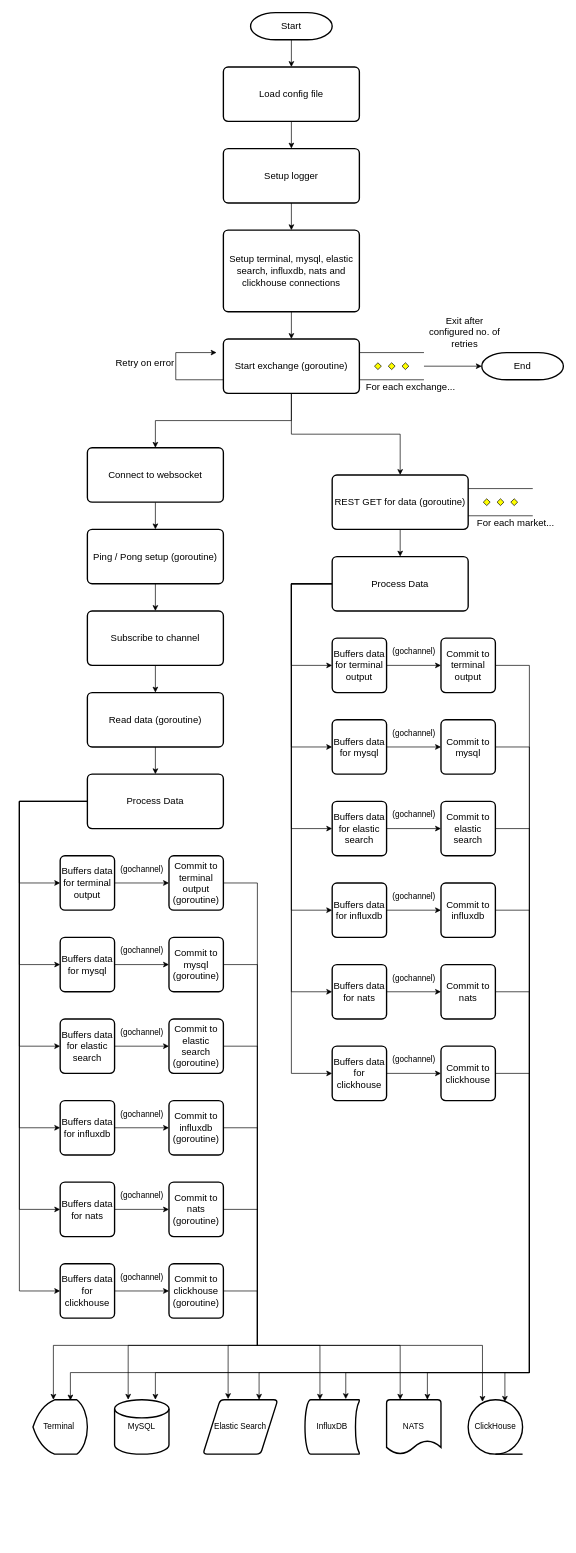
ismakov-dh/cryptogalaxy keeps this draw.io diagram as docs/architecture.drawio. Above is the earlier version. Source tidied: cells renumbered, new cells numbered last; positions are measured from the earlier drawing's top-left corner, leaving out a move shared by most shapes. Both pictures are drawn from the tidied source at 68%, with x=0, y=0 at pixel (19, 12).
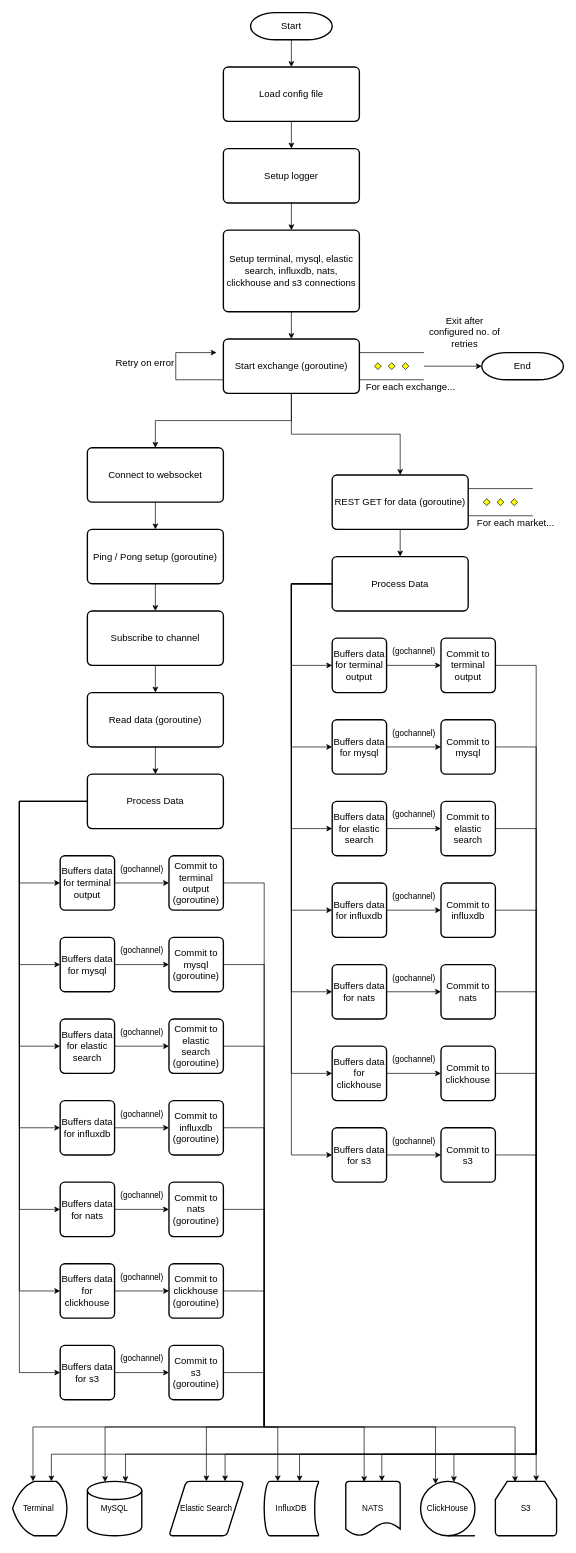
After the change.

Unchanged cells that the change refers to:
```xml
<mxCell id="31" value="&lt;font style=&quot;font-size: 14px&quot;&gt;Process Data&lt;/font&gt;" style="rounded=1;whiteSpace=wrap;html=1;absoluteArcSize=1;arcSize=14;strokeWidth=2;" parent="1" vertex="1">
  <mxGeometry x="100" y="1120" width="200" height="80" as="geometry" />
</mxCell>
<mxCell id="46" value="&lt;font style=&quot;font-size: 14px&quot;&gt;Process Data&lt;/font&gt;" style="rounded=1;whiteSpace=wrap;html=1;absoluteArcSize=1;arcSize=14;strokeWidth=2;" parent="1" vertex="1">
  <mxGeometry x="460" y="800" width="200" height="80" as="geometry" />
</mxCell>
<mxCell id="60" value="&lt;font style=&quot;font-size: 14px&quot;&gt;Commit to terminal output (goroutine)&lt;/font&gt;" style="rounded=1;whiteSpace=wrap;html=1;absoluteArcSize=1;arcSize=14;strokeWidth=2;" parent="1" vertex="1">
  <mxGeometry x="220" y="1240" width="80" height="80" as="geometry" />
</mxCell>
<mxCell id="62" value="&lt;font style=&quot;font-size: 14px&quot;&gt;Commit to mysql (goroutine)&lt;/font&gt;" style="rounded=1;whiteSpace=wrap;html=1;absoluteArcSize=1;arcSize=14;strokeWidth=2;" parent="1" vertex="1">
  <mxGeometry x="220" y="1360" width="80" height="80" as="geometry" />
</mxCell>
<mxCell id="64" value="&lt;font style=&quot;font-size: 14px&quot;&gt;Commit to elastic search (goroutine)&lt;/font&gt;" style="rounded=1;whiteSpace=wrap;html=1;absoluteArcSize=1;arcSize=14;strokeWidth=2;" parent="1" vertex="1">
  <mxGeometry x="220" y="1480" width="80" height="80" as="geometry" />
</mxCell>
<mxCell id="66" value="&lt;font style=&quot;font-size: 14px&quot;&gt;Commit to terminal output&lt;/font&gt;" style="rounded=1;whiteSpace=wrap;html=1;absoluteArcSize=1;arcSize=14;strokeWidth=2;" parent="1" vertex="1">
  <mxGeometry x="620" y="920" width="80" height="80" as="geometry" />
</mxCell>
<mxCell id="68" value="&lt;font style=&quot;font-size: 14px&quot;&gt;Commit to mysql&lt;/font&gt;" style="rounded=1;whiteSpace=wrap;html=1;absoluteArcSize=1;arcSize=14;strokeWidth=2;" parent="1" vertex="1">
  <mxGeometry x="620" y="1040" width="80" height="80" as="geometry" />
</mxCell>
<mxCell id="70" value="&lt;font style=&quot;font-size: 14px&quot;&gt;Commit to elastic search&lt;/font&gt;" style="rounded=1;whiteSpace=wrap;html=1;absoluteArcSize=1;arcSize=14;strokeWidth=2;" parent="1" vertex="1">
  <mxGeometry x="620" y="1160" width="80" height="80" as="geometry" />
</mxCell>
<mxCell id="79" value="&lt;font style=&quot;font-size: 14px&quot;&gt;Commit to influxdb (goroutine)&lt;/font&gt;" style="rounded=1;whiteSpace=wrap;html=1;absoluteArcSize=1;arcSize=14;strokeWidth=2;" parent="1" vertex="1">
  <mxGeometry x="220" y="1600" width="80" height="80" as="geometry" />
</mxCell>
<mxCell id="83" value="&lt;font style=&quot;font-size: 14px&quot;&gt;Commit to influxdb&lt;/font&gt;" style="rounded=1;whiteSpace=wrap;html=1;absoluteArcSize=1;arcSize=14;strokeWidth=2;" parent="1" vertex="1">
  <mxGeometry x="620" y="1280" width="80" height="80" as="geometry" />
</mxCell>
<mxCell id="87" value="&lt;font style=&quot;font-size: 14px&quot;&gt;Commit to nats (goroutine)&lt;/font&gt;" style="rounded=1;whiteSpace=wrap;html=1;absoluteArcSize=1;arcSize=14;strokeWidth=2;" parent="1" vertex="1">
  <mxGeometry x="220" y="1720" width="80" height="80" as="geometry" />
</mxCell>
<mxCell id="91" value="&lt;font style=&quot;font-size: 14px&quot;&gt;Commit to nats&lt;/font&gt;" style="rounded=1;whiteSpace=wrap;html=1;absoluteArcSize=1;arcSize=14;strokeWidth=2;" parent="1" vertex="1">
  <mxGeometry x="620" y="1400" width="80" height="80" as="geometry" />
</mxCell>
<mxCell id="107" value="&lt;font style=&quot;font-size: 14px&quot;&gt;Commit to clickhouse (goroutine)&lt;/font&gt;" style="rounded=1;whiteSpace=wrap;html=1;absoluteArcSize=1;arcSize=14;strokeWidth=2;" parent="1" vertex="1">
  <mxGeometry x="220" y="1840" width="80" height="80" as="geometry" />
</mxCell>
<mxCell id="112" value="&lt;font style=&quot;font-size: 14px&quot;&gt;Commit to clickhouse&lt;/font&gt;" style="rounded=1;whiteSpace=wrap;html=1;absoluteArcSize=1;arcSize=14;strokeWidth=2;" parent="1" vertex="1">
  <mxGeometry x="620" y="1520" width="80" height="80" as="geometry" />
</mxCell>
```

Diff of the diagram source:
```diff
@@
-    <mxCell id="10" value="&lt;font style=&quot;font-size: 14px&quot;&gt;Setup terminal, mysql, elastic search, influxdb, nats and clickhouse connections&lt;/font&gt;" style="rounded=1;whiteSpace=wrap;html=1;absoluteArcSize=1;arcSize=14;strokeWidth=2;" parent="1" vertex="1">
+    <mxCell id="10" value="&lt;font style=&quot;font-size: 14px&quot;&gt;Setup terminal, mysql, elastic search, influxdb, nats, clickhouse and s3 connections&lt;/font&gt;" style="rounded=1;whiteSpace=wrap;html=1;absoluteArcSize=1;arcSize=14;strokeWidth=2;" parent="1" vertex="1">
       <mxGeometry x="300" y="320" width="200" height="120" as="geometry" />
     </mxCell>
@@
+    <mxCell id="114" style="edgeStyle=orthogonalEdgeStyle;rounded=0;jettySize=auto;html=1;entryX=0;entryY=0.5;entryDx=0;entryDy=0;" parent="1" edge="1" source="31" target="118">
+      <mxGeometry relative="1" as="geometry">
+        <Array as="points">
+          <mxPoint y="1160" />
+          <mxPoint y="2000" />
+        </Array>
+      </mxGeometry>
+    </mxCell>
@@
+    <mxCell id="115" style="edgeStyle=orthogonalEdgeStyle;rounded=0;jettySize=auto;html=1;entryX=0;entryY=0.5;entryDx=0;entryDy=0;" parent="1" edge="1" source="46" target="123">
+      <mxGeometry relative="1" as="geometry">
+        <Array as="points">
+          <mxPoint x="400" y="840" />
+          <mxPoint x="400" y="1680" />
+        </Array>
+      </mxGeometry>
+    </mxCell>
@@
-    <mxCell id="59" style="edgeStyle=orthogonalEdgeStyle;rounded=0;jettySize=auto;html=1;exitX=1;exitY=0.5;exitDx=0;exitDy=0;entryX=0.375;entryY=0;entryDx=0;entryDy=0;entryPerimeter=0;" parent="1" edge="1" source="60" target="71">
+    <mxCell id="59" style="edgeStyle=orthogonalEdgeStyle;rounded=0;jettySize=auto;html=1;entryX=0.375;entryY=0;entryDx=0;entryDy=0;entryPerimeter=0;" parent="1" edge="1" source="60" target="71">
       <mxGeometry relative="1" as="geometry">
         <Array as="points">
-          <mxPoint x="350" y="1280" />
-          <mxPoint x="350" y="1960" />
-          <mxPoint x="50" y="1960" />
+          <mxPoint x="360" y="1280" />
+          <mxPoint x="360" y="2080" />
+          <mxPoint x="20" y="2080" />
         </Array>
       </mxGeometry>
     </mxCell>
@@
-    <mxCell id="61" style="edgeStyle=orthogonalEdgeStyle;rounded=0;jettySize=auto;html=1;entryX=0.25;entryY=0;entryDx=0;entryDy=0;entryPerimeter=0;" parent="1" edge="1" source="62" target="72">
+    <mxCell id="61" style="edgeStyle=orthogonalEdgeStyle;rounded=0;jettySize=auto;html=1;entryX=0.325;entryY=0.013;entryDx=0;entryDy=0;entryPerimeter=0;" parent="1" edge="1" source="62" target="72">
       <mxGeometry relative="1" as="geometry">
         <Array as="points">
-          <mxPoint x="350" y="1400" />
-          <mxPoint x="350" y="1960" />
-          <mxPoint x="160" y="1960" />
+          <mxPoint x="360" y="1400" />
+          <mxPoint x="360" y="2080" />
+          <mxPoint x="126" y="2080" />
         </Array>
       </mxGeometry>
     </mxCell>
@@
-    <mxCell id="63" style="edgeStyle=orthogonalEdgeStyle;rounded=0;jettySize=auto;html=1;entryX=0.336;entryY=-0.012;entryDx=0;entryDy=0;entryPerimeter=0;" parent="1" edge="1" source="64" target="73">
+    <mxCell id="63" style="edgeStyle=orthogonalEdgeStyle;rounded=0;jettySize=auto;html=1;entryX=0.5;entryY=0;entryDx=0;entryDy=0;" parent="1" edge="1" source="64" target="73">
       <mxGeometry relative="1" as="geometry">
         <Array as="points">
-          <mxPoint x="350" y="1520" />
-          <mxPoint x="350" y="1960" />
-          <mxPoint x="307" y="1960" />
+          <mxPoint x="360" y="1520" />
+          <mxPoint x="360" y="2080" />
+          <mxPoint x="275" y="2080" />
         </Array>
       </mxGeometry>
     </mxCell>
@@
-    <mxCell id="65" style="edgeStyle=orthogonalEdgeStyle;rounded=0;jettySize=auto;html=1;entryX=0.688;entryY=0.013;entryDx=0;entryDy=0;entryPerimeter=0;" parent="1" edge="1" source="66" target="71">
+    <mxCell id="65" style="edgeStyle=orthogonalEdgeStyle;rounded=0;jettySize=auto;html=1;entryX=0.713;entryY=0;entryDx=0;entryDy=0;entryPerimeter=0;" parent="1" edge="1" source="66" target="71">
       <mxGeometry relative="1" as="geometry">
         <Array as="points">
-          <mxPoint x="750" y="960" />
-          <mxPoint x="750" y="2000" />
-          <mxPoint x="75" y="2000" />
+          <mxPoint x="760" y="960" />
+          <mxPoint x="760" y="2120" />
+          <mxPoint x="47" y="2120" />
         </Array>
       </mxGeometry>
     </mxCell>
@@
-    <mxCell id="67" style="edgeStyle=orthogonalEdgeStyle;rounded=0;jettySize=auto;html=1;exitX=1;exitY=0.5;exitDx=0;exitDy=0;entryX=0.75;entryY=0;entryDx=0;entryDy=0;entryPerimeter=0;" parent="1" edge="1" source="68" target="72">
+    <mxCell id="67" style="edgeStyle=orthogonalEdgeStyle;rounded=0;jettySize=auto;html=1;entryX=0.7;entryY=0.013;entryDx=0;entryDy=0;entryPerimeter=0;" parent="1" edge="1" source="68" target="72">
       <mxGeometry relative="1" as="geometry">
         <Array as="points">
-          <mxPoint x="750" y="1080" />
-          <mxPoint x="750" y="2000" />
-          <mxPoint x="200" y="2000" />
+          <mxPoint x="760" y="1080" />
+          <mxPoint x="760" y="2120" />
+          <mxPoint x="156" y="2120" />
         </Array>
       </mxGeometry>
     </mxCell>
@@
-    <mxCell id="69" style="edgeStyle=orthogonalEdgeStyle;rounded=0;jettySize=auto;html=1;exitX=1;exitY=0.5;exitDx=0;exitDy=0;entryX=0.75;entryY=0;entryDx=0;entryDy=0;" parent="1" edge="1" source="70" target="73">
+    <mxCell id="69" style="edgeStyle=orthogonalEdgeStyle;rounded=0;jettySize=auto;html=1;entryX=0.75;entryY=0;entryDx=0;entryDy=0;" parent="1" edge="1" source="70" target="73">
       <mxGeometry relative="1" as="geometry">
         <Array as="points">
-          <mxPoint x="750" y="1200" />
-          <mxPoint x="750" y="2000" />
-          <mxPoint x="353" y="2000" />
+          <mxPoint x="760" y="1200" />
+          <mxPoint x="760" y="2120" />
+          <mxPoint x="303" y="2120" />
         </Array>
       </mxGeometry>
     </mxCell>
@@
     <mxCell id="71" value="Terminal&amp;nbsp;" style="strokeWidth=2;html=1;shape=mxgraph.flowchart.display;whiteSpace=wrap;" parent="1" vertex="1">
-      <mxGeometry x="20" y="2040" width="80" height="80" as="geometry" />
+      <mxGeometry x="-10" y="2160" width="80" height="80" as="geometry" />
     </mxCell>
     <mxCell id="72" value="MySQL" style="strokeWidth=2;html=1;shape=mxgraph.flowchart.database;whiteSpace=wrap;" parent="1" vertex="1">
-      <mxGeometry x="140" y="2040" width="80" height="80" as="geometry" />
+      <mxGeometry x="100" y="2160" width="80" height="80" as="geometry" />
     </mxCell>
     <mxCell id="73" value="Elastic Search" style="shape=parallelogram;html=1;strokeWidth=2;perimeter=parallelogramPerimeter;whiteSpace=wrap;rounded=1;arcSize=12;size=0.23;" parent="1" vertex="1">
-      <mxGeometry x="270" y="2040" width="110" height="80" as="geometry" />
+      <mxGeometry x="220" y="2160" width="110" height="80" as="geometry" />
     </mxCell>
@@
     <mxCell id="75" value="InfluxDB" style="strokeWidth=2;html=1;shape=mxgraph.flowchart.stored_data;whiteSpace=wrap;" parent="1" vertex="1">
-      <mxGeometry x="420" y="2040" width="80" height="80" as="geometry" />
+      <mxGeometry x="360" y="2160" width="80" height="80" as="geometry" />
     </mxCell>
@@
-    <mxCell id="78" style="edgeStyle=orthogonalEdgeStyle;rounded=0;jettySize=auto;html=1;entryX=0.275;entryY=0;entryDx=0;entryDy=0;entryPerimeter=0;" parent="1" edge="1" source="79" target="75">
+    <mxCell id="78" style="edgeStyle=orthogonalEdgeStyle;rounded=0;jettySize=auto;html=1;entryX=0.25;entryY=0;entryDx=0;entryDy=0;entryPerimeter=0;" parent="1" edge="1" source="79" target="75">
       <mxGeometry relative="1" as="geometry">
         <Array as="points">
-          <mxPoint x="350" y="1640" />
-          <mxPoint x="350" y="1960" />
-          <mxPoint x="442" y="1960" />
+          <mxPoint x="360" y="1640" />
+          <mxPoint x="360" y="2080" />
+          <mxPoint x="380" y="2080" />
         </Array>
       </mxGeometry>
     </mxCell>
@@
-    <mxCell id="82" style="edgeStyle=orthogonalEdgeStyle;rounded=0;jettySize=auto;html=1;entryX=0.75;entryY=-0.012;entryDx=0;entryDy=0;entryPerimeter=0;" parent="1" edge="1" source="83" target="75">
+    <mxCell id="82" style="edgeStyle=orthogonalEdgeStyle;rounded=0;jettySize=auto;html=1;entryX=0.65;entryY=0;entryDx=0;entryDy=0;entryPerimeter=0;" parent="1" edge="1" source="83" target="75">
       <mxGeometry relative="1" as="geometry">
         <Array as="points">
-          <mxPoint x="750" y="1320" />
-          <mxPoint x="750" y="2000" />
-          <mxPoint x="480" y="2000" />
+          <mxPoint x="760" y="1320" />
+          <mxPoint x="760" y="2120" />
+          <mxPoint x="412" y="2120" />
         </Array>
       </mxGeometry>
     </mxCell>
@@
-    <mxCell id="86" style="edgeStyle=orthogonalEdgeStyle;rounded=0;jettySize=auto;html=1;exitX=1;exitY=0.5;exitDx=0;exitDy=0;entryX=0.25;entryY=0;entryDx=0;entryDy=0;entryPerimeter=0;" parent="1" edge="1" source="87" target="92">
+    <mxCell id="86" style="edgeStyle=orthogonalEdgeStyle;rounded=0;jettySize=auto;html=1;entryX=0.338;entryY=0.013;entryDx=0;entryDy=0;entryPerimeter=0;" parent="1" edge="1" source="87" target="92">
       <mxGeometry relative="1" as="geometry">
         <Array as="points">
-          <mxPoint x="350" y="1760" />
-          <mxPoint x="350" y="1960" />
-          <mxPoint x="560" y="1960" />
+          <mxPoint x="360" y="1760" />
+          <mxPoint x="360" y="2080" />
+          <mxPoint x="507" y="2080" />
         </Array>
       </mxGeometry>
     </mxCell>
@@
-    <mxCell id="90" style="edgeStyle=orthogonalEdgeStyle;rounded=0;jettySize=auto;html=1;entryX=0.75;entryY=0;entryDx=0;entryDy=0;entryPerimeter=0;" parent="1" edge="1" source="91" target="92">
+    <mxCell id="90" style="edgeStyle=orthogonalEdgeStyle;rounded=0;jettySize=auto;html=1;entryX=0.663;entryY=0;entryDx=0;entryDy=0;entryPerimeter=0;" parent="1" edge="1" source="91" target="92">
       <mxGeometry relative="1" as="geometry">
         <Array as="points">
-          <mxPoint x="750" y="1440" />
-          <mxPoint x="750" y="2000" />
-          <mxPoint x="600" y="2000" />
+          <mxPoint x="760" y="1440" />
+          <mxPoint x="760" y="2120" />
+          <mxPoint x="533" y="2120" />
         </Array>
       </mxGeometry>
     </mxCell>
@@
     <mxCell id="92" value="NATS" style="strokeWidth=2;html=1;shape=mxgraph.flowchart.document2;whiteSpace=wrap;size=0.25;" parent="1" vertex="1">
-      <mxGeometry x="540" y="2040" width="80" height="80" as="geometry" />
+      <mxGeometry x="480" y="2160" width="80" height="80" as="geometry" />
     </mxCell>
@@
     <mxCell id="103" value="ClickHouse" style="strokeWidth=2;html=1;shape=mxgraph.flowchart.sequential_data;whiteSpace=wrap;" parent="1" vertex="1">
-      <mxGeometry x="660" y="2040" width="80" height="80" as="geometry" />
+      <mxGeometry x="590" y="2160" width="80" height="80" as="geometry" />
     </mxCell>
@@
-    <mxCell id="106" style="edgeStyle=orthogonalEdgeStyle;rounded=0;jettySize=auto;html=1;entryX=0.263;entryY=0.038;entryDx=0;entryDy=0;entryPerimeter=0;" parent="1" edge="1" source="107" target="103">
+    <mxCell id="106" style="edgeStyle=orthogonalEdgeStyle;rounded=0;jettySize=auto;html=1;entryX=0.275;entryY=0.05;entryDx=0;entryDy=0;entryPerimeter=0;" parent="1" edge="1" source="107" target="103">
       <mxGeometry relative="1" as="geometry">
         <Array as="points">
-          <mxPoint x="350" y="1880" />
-          <mxPoint x="350" y="1960" />
-          <mxPoint x="681" y="1960" />
+          <mxPoint x="360" y="1880" />
+          <mxPoint x="360" y="2080" />
+          <mxPoint x="612" y="2080" />
         </Array>
       </mxGeometry>
     </mxCell>
@@
-    <mxCell id="111" style="edgeStyle=orthogonalEdgeStyle;rounded=0;jettySize=auto;html=1;entryX=0.675;entryY=0.038;entryDx=0;entryDy=0;entryPerimeter=0;" parent="1" edge="1" source="112" target="103">
+    <mxCell id="111" style="edgeStyle=orthogonalEdgeStyle;rounded=0;jettySize=auto;html=1;entryX=0.613;entryY=0.013;entryDx=0;entryDy=0;entryPerimeter=0;" parent="1" edge="1" source="112" target="103">
       <mxGeometry relative="1" as="geometry">
         <Array as="points">
-          <mxPoint x="750" y="1560" />
-          <mxPoint x="750" y="2000" />
-          <mxPoint x="714" y="2000" />
+          <mxPoint x="760" y="1560" />
+          <mxPoint x="760" y="2120" />
+          <mxPoint x="639" y="2120" />
         </Array>
       </mxGeometry>
     </mxCell>
@@
+    <mxCell id="116" value="S3" style="strokeWidth=2;html=1;shape=mxgraph.flowchart.loop_limit;whiteSpace=wrap;" parent="1" vertex="1">
+      <mxGeometry x="700" y="2160" width="90" height="80" as="geometry" />
+    </mxCell>
+    <mxCell id="117" style="edgeStyle=orthogonalEdgeStyle;rounded=0;jettySize=auto;html=1;" parent="1" edge="1" source="118" target="120">
+      <mxGeometry relative="1" as="geometry" />
+    </mxCell>
+    <mxCell id="118" value="&lt;font style=&quot;font-size: 14px&quot;&gt;Buffers data for s3&lt;/font&gt;" style="rounded=1;whiteSpace=wrap;html=1;absoluteArcSize=1;arcSize=14;strokeWidth=2;" parent="1" vertex="1">
+      <mxGeometry x="60" y="1960" width="80" height="80" as="geometry" />
+    </mxCell>
+    <mxCell id="119" style="edgeStyle=orthogonalEdgeStyle;rounded=0;jettySize=auto;html=1;entryX=0.322;entryY=0.013;entryDx=0;entryDy=0;entryPerimeter=0;" parent="1" edge="1" source="120" target="116">
+      <mxGeometry relative="1" as="geometry">
+        <Array as="points">
+          <mxPoint x="360" y="2000" />
+          <mxPoint x="360" y="2080" />
+          <mxPoint x="729" y="2080" />
+        </Array>
+      </mxGeometry>
+    </mxCell>
+    <mxCell id="120" value="&lt;font style=&quot;font-size: 14px&quot;&gt;Commit to s3 (goroutine)&lt;/font&gt;" style="rounded=1;whiteSpace=wrap;html=1;absoluteArcSize=1;arcSize=14;strokeWidth=2;" parent="1" vertex="1">
+      <mxGeometry x="220" y="1960" width="80" height="80" as="geometry" />
+    </mxCell>
+    <mxCell id="121" value="(gochannel)" style="text;html=1;align=center;verticalAlign=middle;strokeColor=none;" parent="1" vertex="1">
+      <mxGeometry x="140" y="1970" width="80" height="20" as="geometry" />
+    </mxCell>
+    <mxCell id="122" style="edgeStyle=orthogonalEdgeStyle;rounded=0;jettySize=auto;html=1;" parent="1" edge="1" source="123" target="125">
+      <mxGeometry relative="1" as="geometry" />
+    </mxCell>
+    <mxCell id="123" value="&lt;font style=&quot;font-size: 14px&quot;&gt;Buffers data for s3&lt;/font&gt;" style="rounded=1;whiteSpace=wrap;html=1;absoluteArcSize=1;arcSize=14;strokeWidth=2;" parent="1" vertex="1">
+      <mxGeometry x="460" y="1640" width="80" height="80" as="geometry" />
+    </mxCell>
+    <mxCell id="124" style="edgeStyle=orthogonalEdgeStyle;rounded=0;jettySize=auto;html=1;entryX=0.667;entryY=0;entryDx=0;entryDy=0;entryPerimeter=0;" parent="1" edge="1" source="125" target="116">
+      <mxGeometry relative="1" as="geometry">
+        <Array as="points">
+          <mxPoint x="760" y="1680" />
+        </Array>
+      </mxGeometry>
+    </mxCell>
+    <mxCell id="125" value="&lt;font style=&quot;font-size: 14px&quot;&gt;Commit to s3&lt;/font&gt;" style="rounded=1;whiteSpace=wrap;html=1;absoluteArcSize=1;arcSize=14;strokeWidth=2;" parent="1" vertex="1">
+      <mxGeometry x="620" y="1640" width="80" height="80" as="geometry" />
+    </mxCell>
+    <mxCell id="126" value="(gochannel)" style="text;html=1;align=center;verticalAlign=middle;strokeColor=none;" parent="1" vertex="1">
+      <mxGeometry x="540" y="1650" width="80" height="20" as="geometry" />
+    </mxCell>
```
